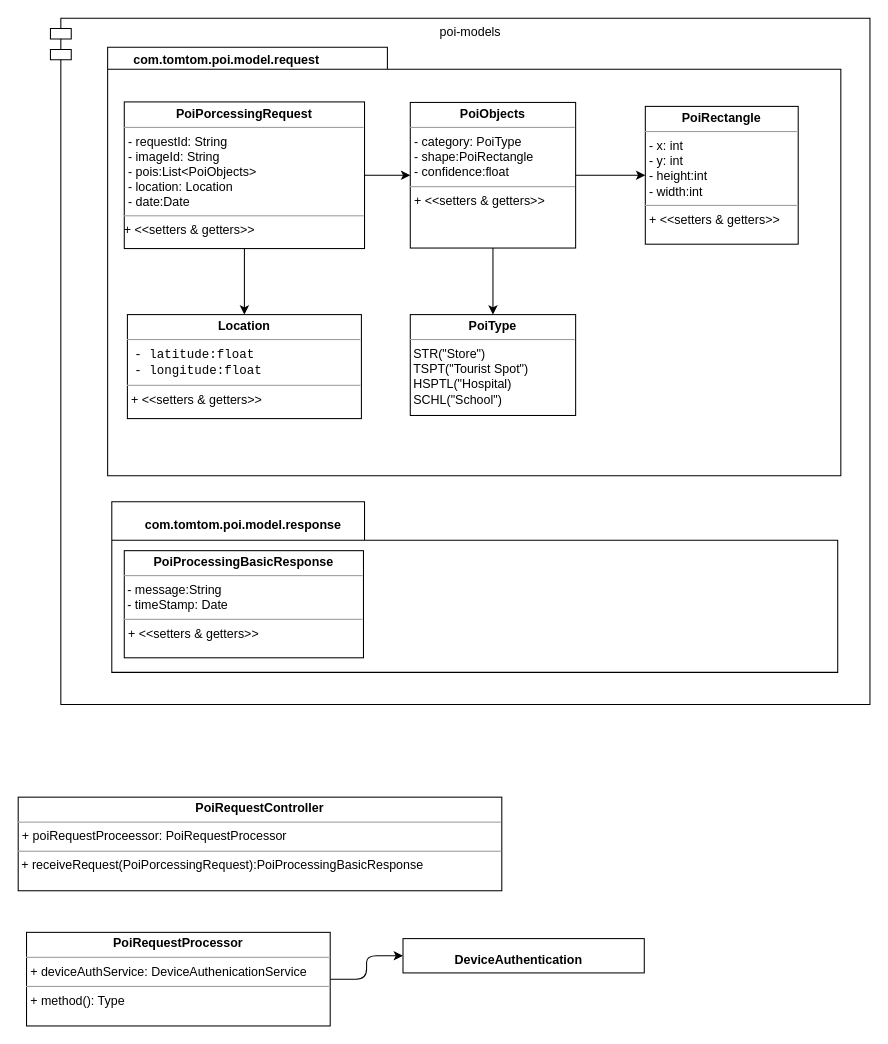
Before: page "Page-2" (2 of 2) of PIO System Digram.drawio in syogesh31/jp, a draw.io diagram. Source tidied: cells renumbered, new cells numbered last; positions are measured from the earlier drawing's top-left corner, leaving out a move shared by most shapes. Both pictures are drawn from the tidied source at 104%, with x=0, y=0 at pixel (18, 18).
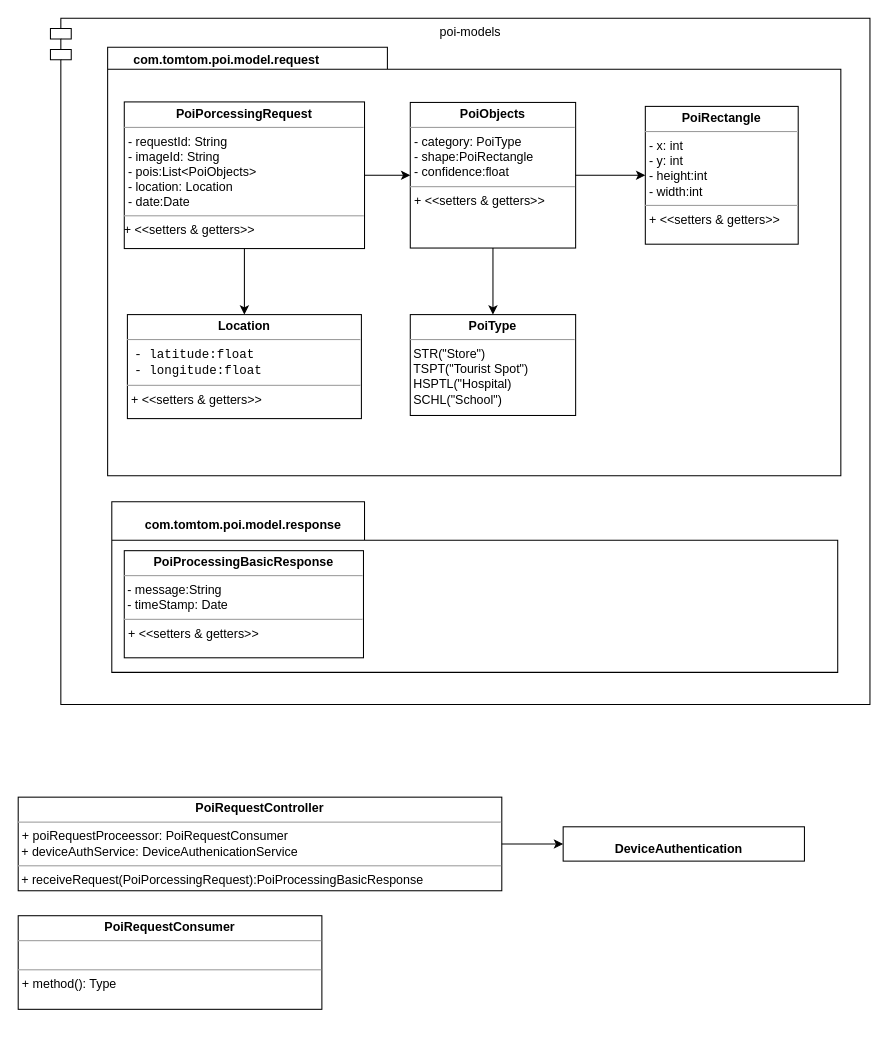
The same diagram, later.

What changed in the source:
```diff
@@
-    <mxCell id="19" value="&lt;p style=&quot;margin: 0px ; margin-top: 4px ; text-align: center&quot;&gt;&lt;b&gt;PoiRequestController&lt;/b&gt;&lt;/p&gt;&lt;hr size=&quot;1&quot;&gt;&lt;p style=&quot;margin: 0px ; margin-left: 4px&quot;&gt;+ poiRequestProceessor: PoiRequestProcessor&lt;/p&gt;&lt;hr size=&quot;1&quot;&gt;&amp;nbsp;+ receiveRequest(PoiPorcessingRequest):PoiProcessingBasicResponse" style="verticalAlign=top;align=left;overflow=fill;fontSize=12;fontFamily=Helvetica;html=1;rounded=0;sketch=0;" parent="1" vertex="1">
+    <mxCell id="19" value="&lt;p style=&quot;margin: 0px ; margin-top: 4px ; text-align: center&quot;&gt;&lt;b&gt;PoiRequestController&lt;/b&gt;&lt;/p&gt;&lt;hr size=&quot;1&quot;&gt;&lt;p style=&quot;margin: 0px ; margin-left: 4px&quot;&gt;+ poiRequestProceessor: PoiRequestConsumer&lt;/p&gt;&amp;nbsp;+ deviceAuthService: DeviceAuthenicationService&lt;hr size=&quot;1&quot;&gt;&amp;nbsp;+ receiveRequest(PoiPorcessingRequest):PoiProcessingBasicResponse" style="verticalAlign=top;align=left;overflow=fill;fontSize=12;fontFamily=Helvetica;html=1;rounded=0;sketch=0;" parent="1" vertex="1">
       <mxGeometry y="749" width="465" height="90" as="geometry" />
     </mxCell>
-    <mxCell id="20" style="edgeStyle=orthogonalEdgeStyle;curved=0;rounded=1;sketch=0;jettySize=auto;html=1;entryX=0;entryY=0.5;entryDx=0;entryDy=0;" parent="1" edge="1" source="21" target="22">
+    <mxCell id="20" style="edgeStyle=orthogonalEdgeStyle;curved=0;rounded=1;sketch=0;jettySize=auto;html=1;entryX=0;entryY=0.5;entryDx=0;entryDy=0;exitX=1;exitY=0.5;exitDx=0;exitDy=0;" parent="1" edge="1" source="19" target="22">
       <mxGeometry relative="1" as="geometry" />
     </mxCell>
-    <mxCell id="21" value="&lt;p style=&quot;margin: 0px ; margin-top: 4px ; text-align: center&quot;&gt;&lt;b&gt;PoiRequestProcessor&lt;/b&gt;&lt;/p&gt;&lt;hr size=&quot;1&quot;&gt;&lt;p style=&quot;margin: 0px ; margin-left: 4px&quot;&gt;+ deviceAuthService: DeviceAuthenicationService&lt;/p&gt;&lt;hr size=&quot;1&quot;&gt;&lt;p style=&quot;margin: 0px ; margin-left: 4px&quot;&gt;+ method(): Type&lt;/p&gt;" style="verticalAlign=top;align=left;overflow=fill;fontSize=12;fontFamily=Helvetica;html=1;rounded=0;sketch=0;" parent="1" vertex="1">
-      <mxGeometry x="8" y="879" width="292" height="90" as="geometry" />
+    <mxCell id="21" value="&lt;p style=&quot;margin: 0px ; margin-top: 4px ; text-align: center&quot;&gt;&lt;b&gt;PoiRequestConsumer&lt;/b&gt;&lt;/p&gt;&lt;hr size=&quot;1&quot;&gt;&lt;p style=&quot;margin: 0px ; margin-left: 4px&quot;&gt;&lt;br&gt;&lt;/p&gt;&lt;hr size=&quot;1&quot;&gt;&lt;p style=&quot;margin: 0px ; margin-left: 4px&quot;&gt;+ method(): Type&lt;/p&gt;" style="verticalAlign=top;align=left;overflow=fill;fontSize=12;fontFamily=Helvetica;html=1;rounded=0;sketch=0;" parent="1" vertex="1">
+      <mxGeometry y="863" width="292" height="90" as="geometry" />
     </mxCell>
     <mxCell id="22" value="&lt;div&gt;&lt;b&gt;&amp;nbsp;&amp;nbsp;&amp;nbsp;&amp;nbsp;&amp;nbsp;&amp;nbsp;&amp;nbsp;&amp;nbsp;&amp;nbsp;&amp;nbsp; &lt;br&gt;&lt;/b&gt;&lt;/div&gt;&lt;div&gt;&lt;b&gt;&amp;nbsp;&amp;nbsp;&amp;nbsp;&amp;nbsp;&amp;nbsp;&amp;nbsp;&amp;nbsp;&amp;nbsp;&amp;nbsp;&amp;nbsp;&amp;nbsp;&amp;nbsp;&amp;nbsp;&amp;nbsp; DeviceAuthentication&lt;/b&gt;&lt;/div&gt;&lt;div&gt;&lt;b&gt;&lt;br&gt;&lt;/b&gt;&lt;/div&gt;" style="verticalAlign=top;align=left;overflow=fill;fontSize=12;fontFamily=Helvetica;html=1;rounded=0;sketch=0;" parent="1" vertex="1">
-      <mxGeometry x="370" y="885" width="232" height="33" as="geometry" />
+      <mxGeometry x="524" y="777.5" width="232" height="33" as="geometry" />
     </mxCell>
```
